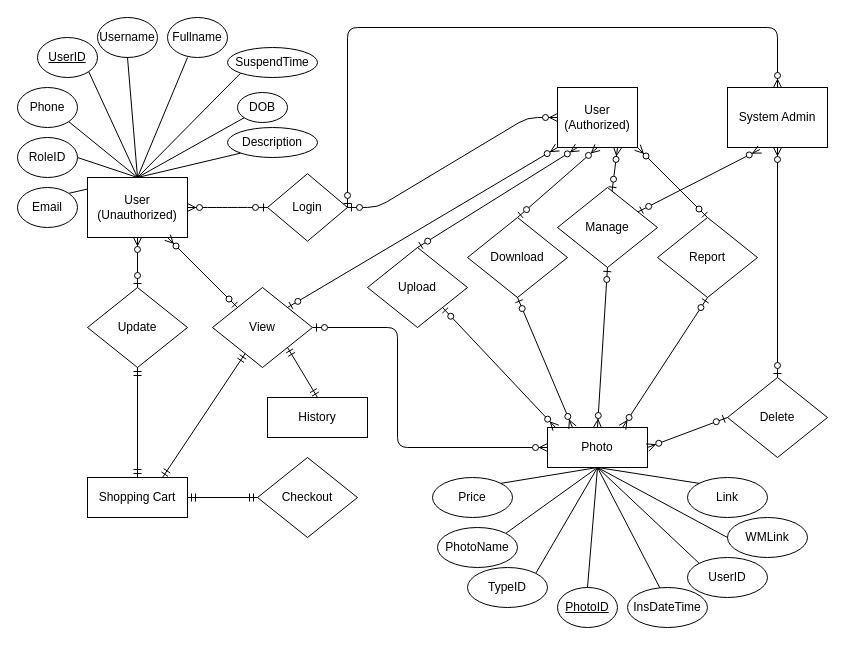
The draw.io diagram page "Page-1" (1 of 2) of Untitled Diagram.drawio in guffghoul/capstone_blockchain, before the edit. Source tidied: cells renumbered, new cells numbered last; positions are measured from the earlier drawing's top-left corner, leaving out a move shared by most shapes. Both pictures are drawn from the tidied source at 100%, with x=0, y=0 at pixel (17, 17).
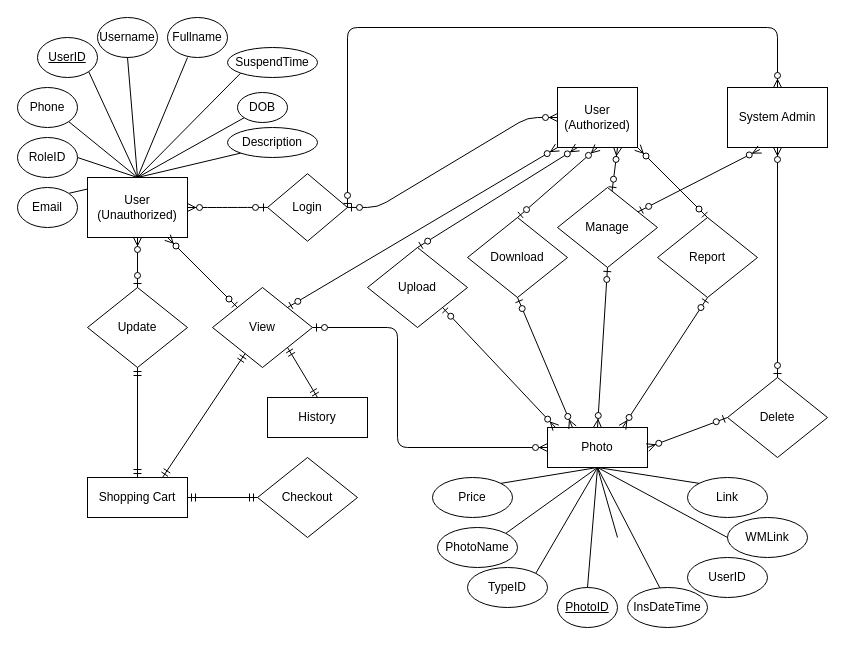
The same page after the edit.

Unchanged cells that the change refers to:
```xml
<mxCell id="63" value="UserID" style="ellipse;whiteSpace=wrap;html=1;" parent="1" vertex="1">
  <mxGeometry x="670" y="540" width="80" height="40" as="geometry" />
</mxCell>
```

Change to the diagram source:
```diff
@@
-    <mxCell id="72" style="endArrow=none;html=1;entryX=0;entryY=0;entryDx=0;entryDy=0;" parent="1" edge="1" target="63">
+    <mxCell id="72" style="endArrow=none;html=1;entryX=0;entryY=1;entryDx=0;entryDy=0;" parent="1" edge="1">
       <mxGeometry relative="1" as="geometry">
         <mxPoint x="580" y="450" as="sourcePoint" />
+        <mxPoint x="600" y="520" as="targetPoint" />
       </mxGeometry>
     </mxCell>
```
